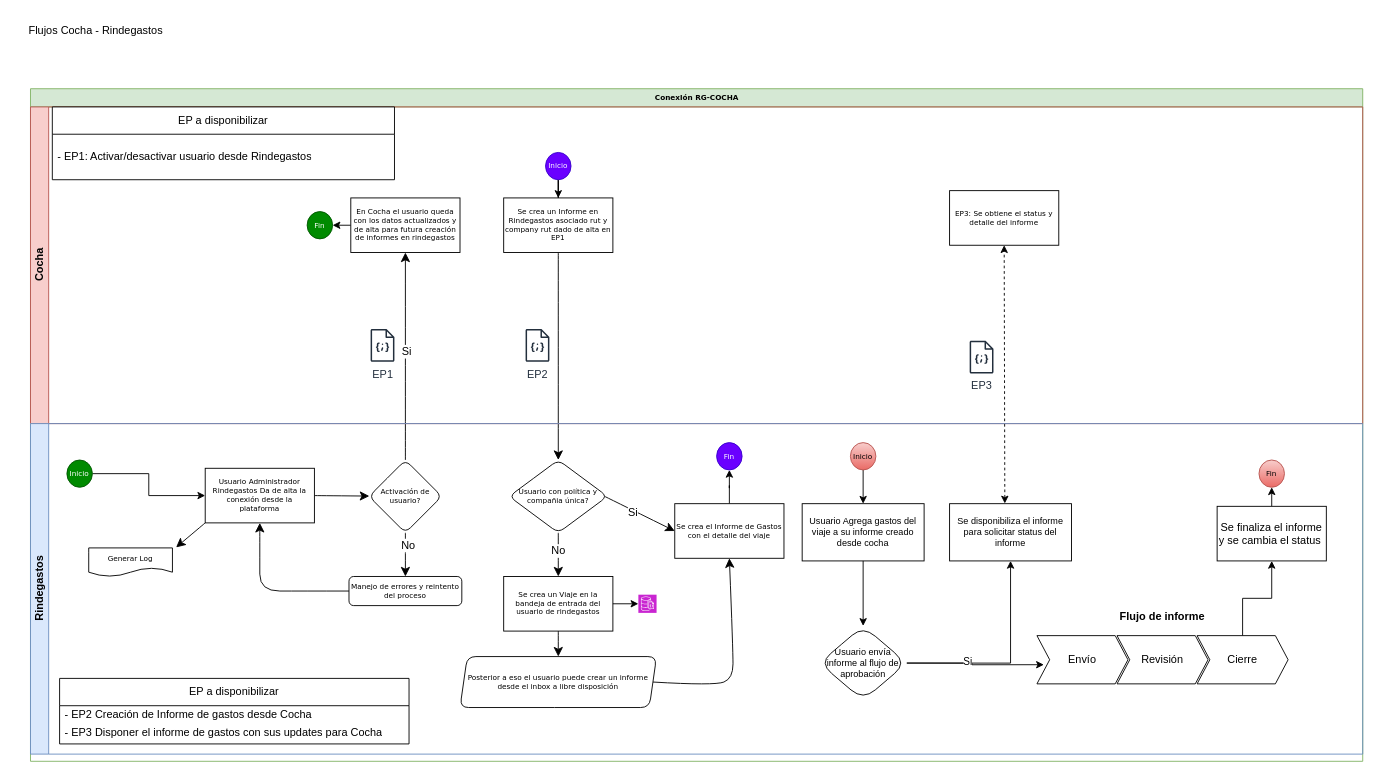
This is Diagrama sin título.drawio from Kapeeee/Diagramas, a draw.io file, before an edit. Source tidied: cells renumbered, new cells numbered last; positions are measured from the earlier drawing's top-left corner, leaving out a move shared by most shapes. Both pictures are drawn from the tidied source at 91%, with x=0, y=0 at pixel (15, 15).
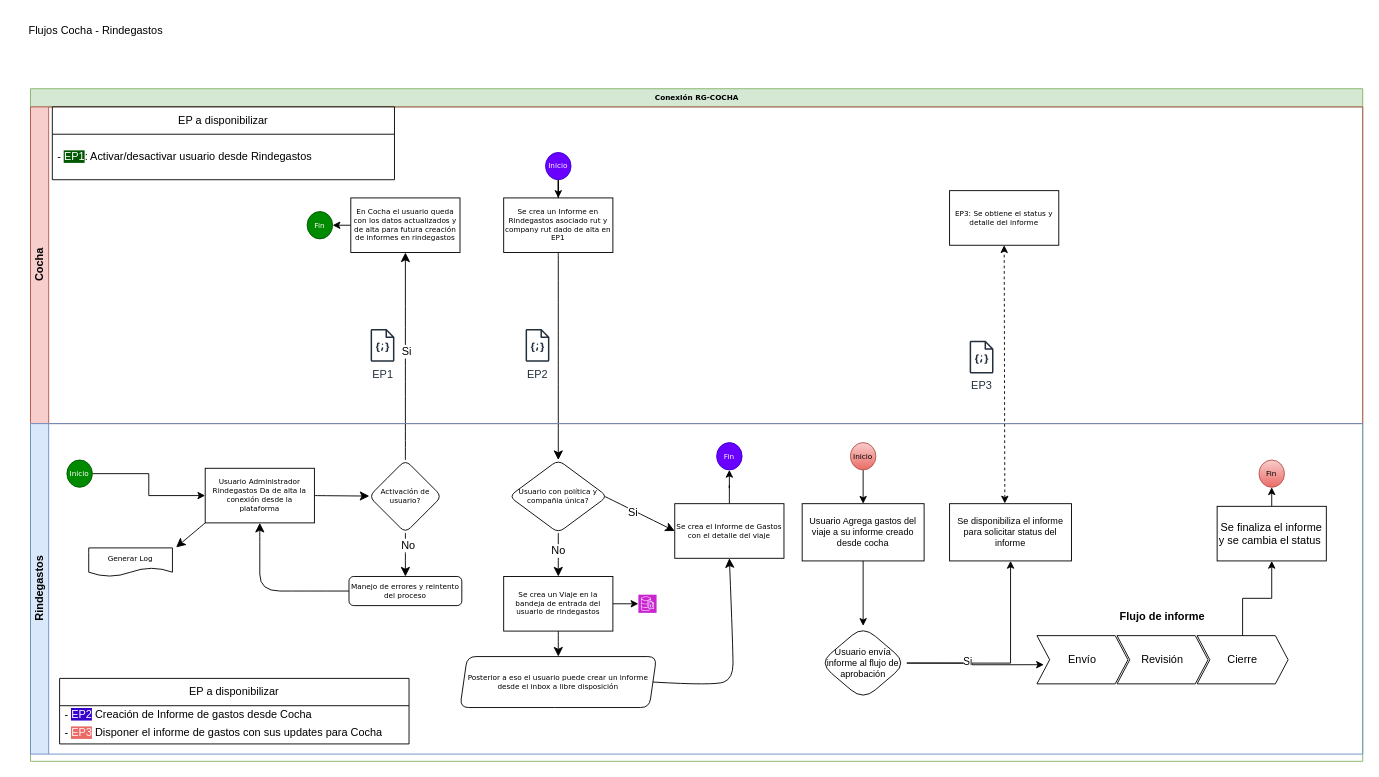
After the change.

Unchanged cells that the change refers to:
```xml
<mxCell id="9" value="EP a disponibilizar" style="swimlane;fontStyle=0;horizontal=1;startSize=30;whiteSpace=wrap;html=1;" parent="6" vertex="1">
  <mxGeometry x="24" width="376" height="80" as="geometry" />
</mxCell>
<mxCell id="30" value="EP a disponibilizar" style="swimlane;fontStyle=0;horizontal=1;startSize=30;whiteSpace=wrap;html=1;" parent="20" vertex="1">
  <mxGeometry x="32" y="280" width="384" height="72" as="geometry" />
</mxCell>
```

The edit, as a diff of the source:
```diff
@@
-    <mxCell id="10" value="- EP1: Activar/desactivar usuario desde Rindegastos" style="text;strokeColor=none;fillColor=none;align=left;verticalAlign=middle;spacingLeft=4;spacingRight=4;overflow=hidden;whiteSpace=wrap;html=1;" parent="9" vertex="1">
+    <mxCell id="10" value="- &lt;span style=&quot;background-color: rgb(0, 87, 0);&quot;&gt;&lt;font color=&quot;#ffffff&quot;&gt;EP1&lt;/font&gt;&lt;/span&gt;: Activar/desactivar usuario desde Rindegastos" style="text;strokeColor=none;fillColor=none;align=left;verticalAlign=middle;spacingLeft=4;spacingRight=4;overflow=hidden;whiteSpace=wrap;html=1;" parent="9" vertex="1">
       <mxGeometry y="30" width="376" height="50" as="geometry" />
     </mxCell>
@@
-    <mxCell id="31" value="- EP2 Creación de Informe de gastos desde Cocha" style="text;strokeColor=none;fillColor=none;align=left;verticalAlign=middle;spacingLeft=4;spacingRight=4;overflow=hidden;whiteSpace=wrap;html=1;" parent="30" vertex="1">
+    <mxCell id="31" value="- &lt;span style=&quot;background-color: rgb(55, 0, 204);&quot;&gt;&lt;font color=&quot;#fcfffa&quot;&gt;EP2&lt;/font&gt;&lt;/span&gt; Creación de Informe de gastos desde Cocha" style="text;strokeColor=none;fillColor=none;align=left;verticalAlign=middle;spacingLeft=4;spacingRight=4;overflow=hidden;whiteSpace=wrap;html=1;" parent="30" vertex="1">
       <mxGeometry y="30" width="384" height="18" as="geometry" />
     </mxCell>
-    <mxCell id="32" value="- EP3 Disponer el informe de gastos con sus updates para Cocha" style="text;strokeColor=none;fillColor=none;align=left;verticalAlign=middle;spacingLeft=4;spacingRight=4;overflow=hidden;whiteSpace=wrap;html=1;" parent="30" vertex="1">
+    <mxCell id="32" value="- &lt;span style=&quot;background-color: rgb(234, 107, 102);&quot;&gt;&lt;font color=&quot;#fff0f0&quot;&gt;EP3&lt;/font&gt;&lt;/span&gt; Disponer el informe de gastos con sus updates para Cocha" style="text;strokeColor=none;fillColor=none;align=left;verticalAlign=middle;spacingLeft=4;spacingRight=4;overflow=hidden;whiteSpace=wrap;html=1;" parent="30" vertex="1">
       <mxGeometry y="48" width="384" height="24" as="geometry" />
     </mxCell>
```
